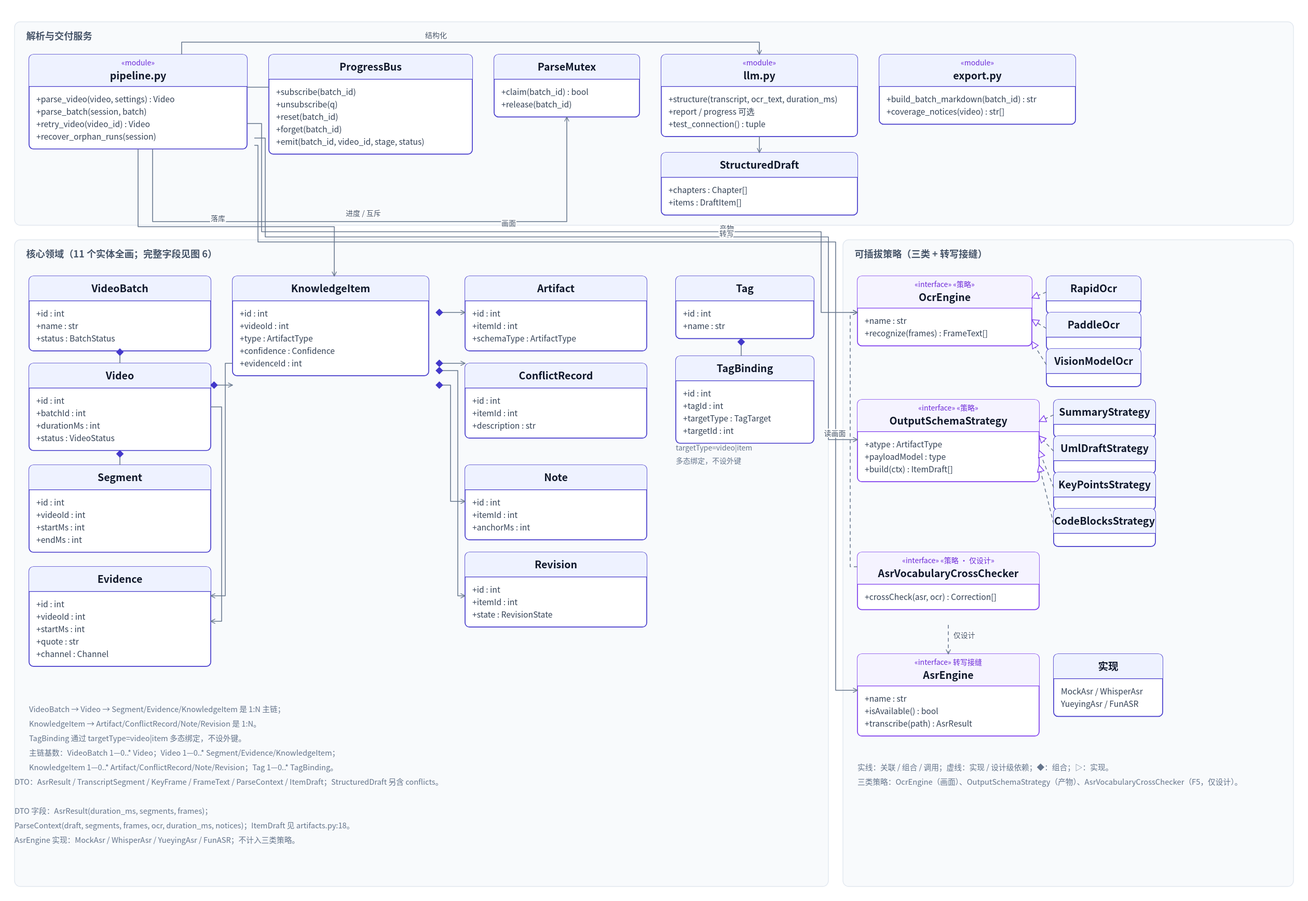
The PlantUML diagram docs/figures/svg/fig5-class.svg in cheng200606/videomind, before a commit. Its source is kept beside it as docs/figures/src/fig5-class.puml.
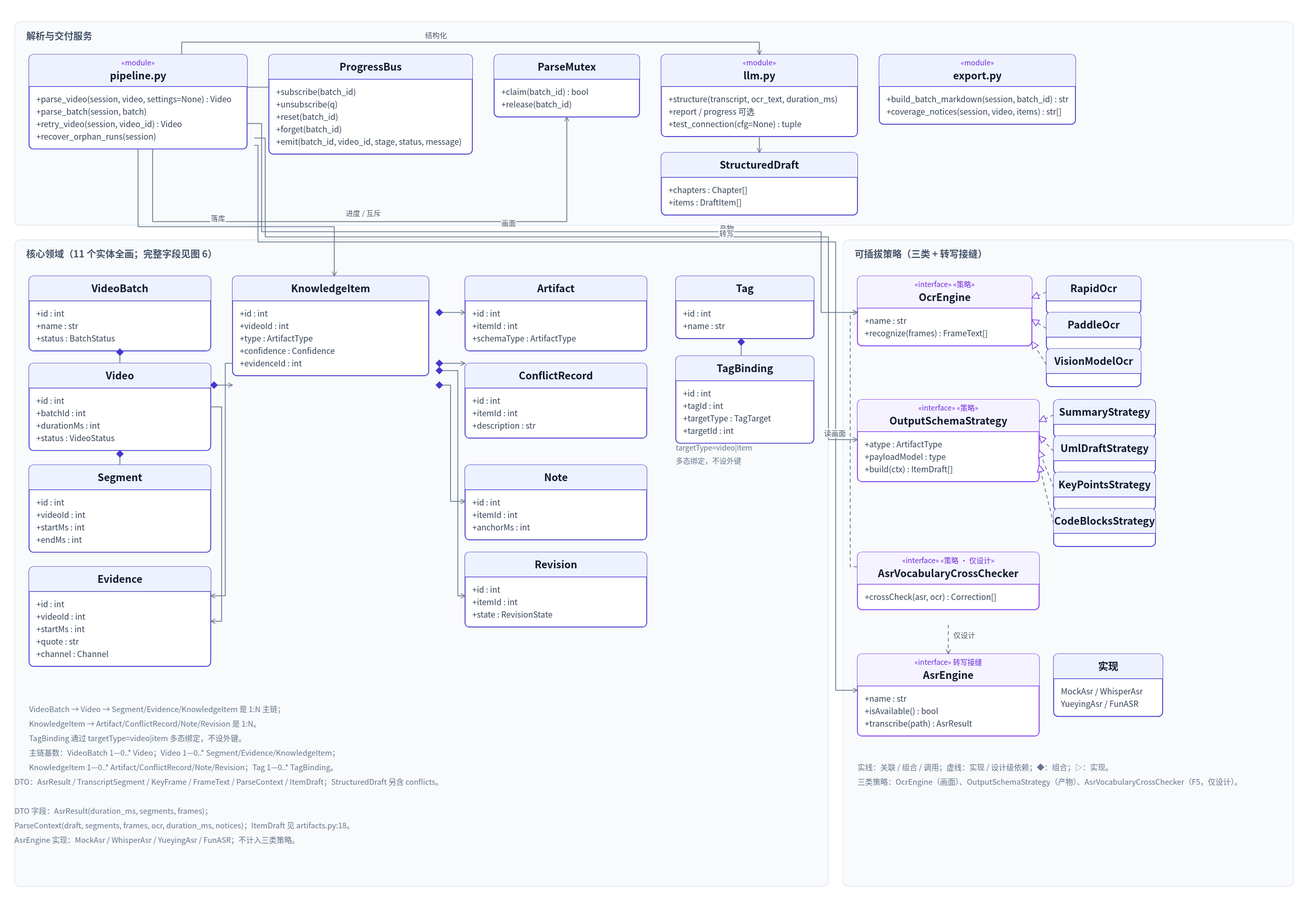
The same diagram one commit later.

Commit message:
fix(design): 图5 补全模块函数签名

Diff of the diagram source:
```diff
@@ -112,9 +112,9 @@
 }
 
 class "pipeline.py" as pipeline <<module>> {
-  +parse_video(video, settings) : Video
+  +parse_video(session, video, settings=None) : Video
   +parse_batch(session, batch)
-  +retry_video(video_id) : Video
+  +retry_video(session, video_id) : Video
   +recover_orphan_runs(session)
 }
 class ProgressBus {
@@ -130,11 +130,11 @@
 }
 class "llm.py" as llm <<module>> {
   +structure(transcript, ocr_text, duration_ms, report=None, progress=None) : StructuredDraft
-  +test_connection() : tuple
+  +test_connection(cfg=None) : tuple
 }
 class "export.py" as export <<module>> {
-  +build_batch_markdown(batch_id) : str
-  +coverage_notices(video) : str[]
+  +build_batch_markdown(session, batch_id) : str
+  +coverage_notices(session, video, items) : str[]
 }
 class StructuredDraft {
   +chapters : Chapter[]
```
